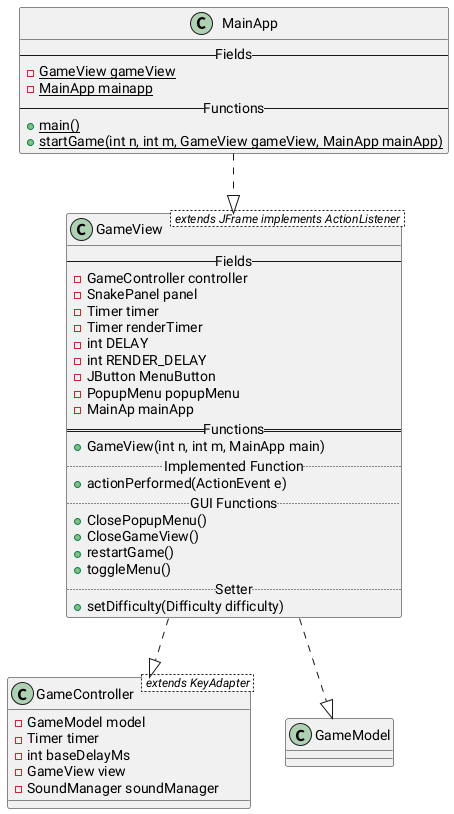
CamerJunker/Snake keeps this PlantUML diagram as ClassDiagram.png. Above is the earlier version.
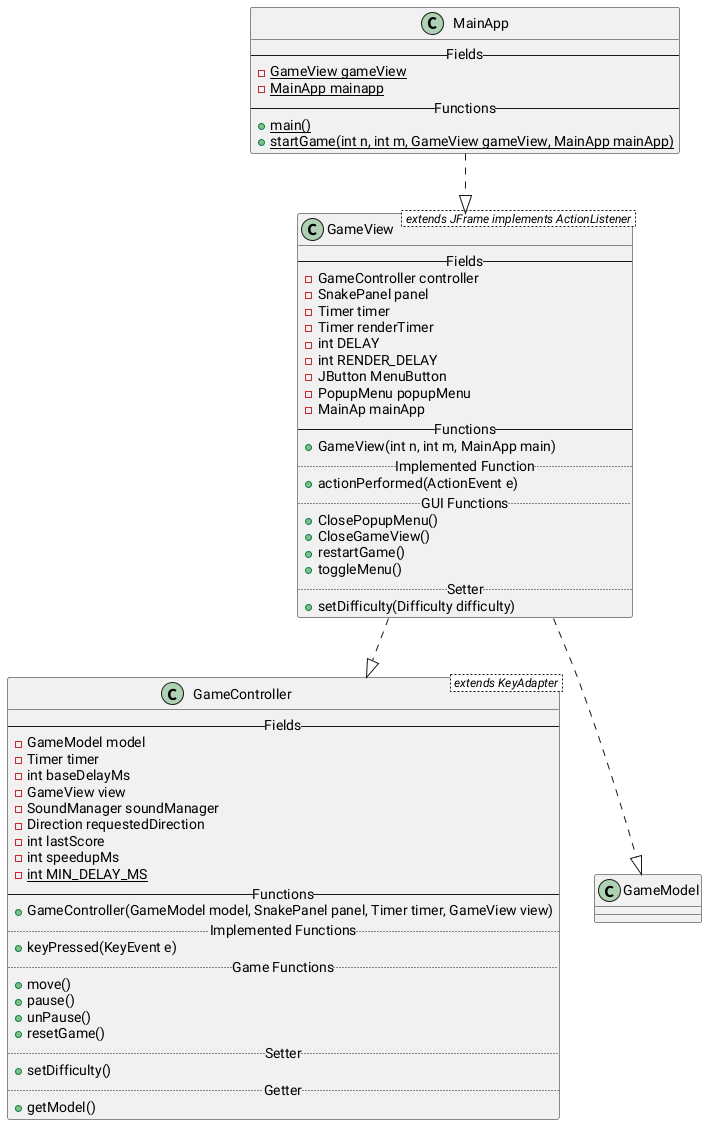
The same diagram one commit later.

Commit message:
Skrevet GameController i ClassDiagram.txt

The edit, as a diff of the source:
```diff
@@ -23,7 +23,7 @@
     -JButton MenuButton
     -PopupMenu popupMenu
     -MainAp mainApp
-    == Functions ==
+    -- Functions --
     +GameView(int n, int m, MainApp main)
     ..Implemented Function..
     +actionPerformed(ActionEvent e)
@@ -37,11 +37,29 @@
 }
 
 class GameController < extends KeyAdapter > {
+    -- Fields --
     -GameModel model
     -Timer timer
     -int baseDelayMs
     -GameView view
     -SoundManager soundManager
+    -Direction requestedDirection
+    -int lastScore
+    -int speedupMs
+    -{static} int MIN_DELAY_MS
+    -- Functions --
+    +GameController(GameModel model, SnakePanel panel, Timer timer, GameView view)
+    .. Implemented Functions ..
+    +keyPressed(KeyEvent e)
+    .. Game Functions ..
+    +move()
+    +pause()
+    +unPause()
+    +resetGame()
+    .. Setter ..
+    +setDifficulty()
+    .. Getter ..
+    +getModel()
 }
 
 @enduml
```
